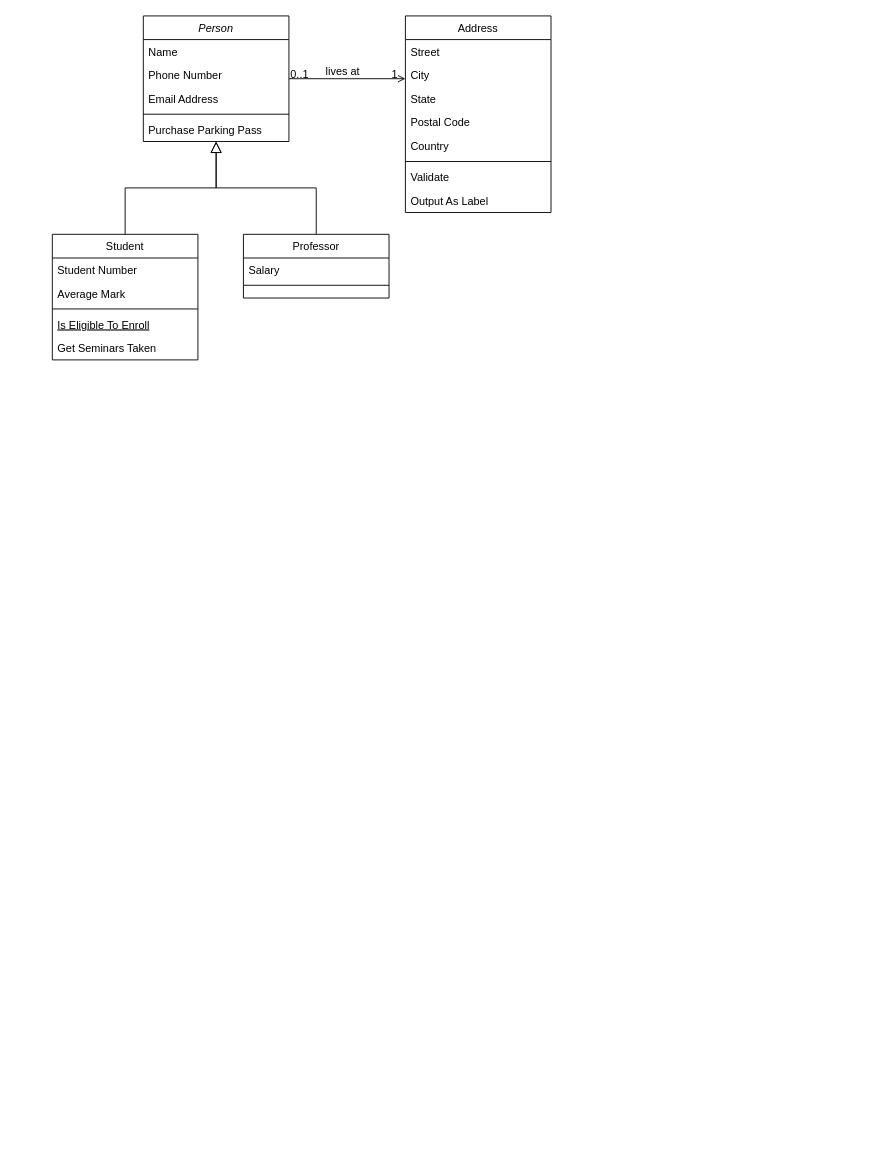
Above: diagrams/Untitled Diagram.drawio in adobocorp/pinoy-coders-frontend-web-architecture (draw.io), before the change. Source tidied: cells renumbered, new cells numbered last; positions are measured from the earlier drawing's top-left corner, leaving out a move shared by most shapes. Both pictures are drawn from the tidied source at 91%, with x=0, y=0 at pixel (52, 15).
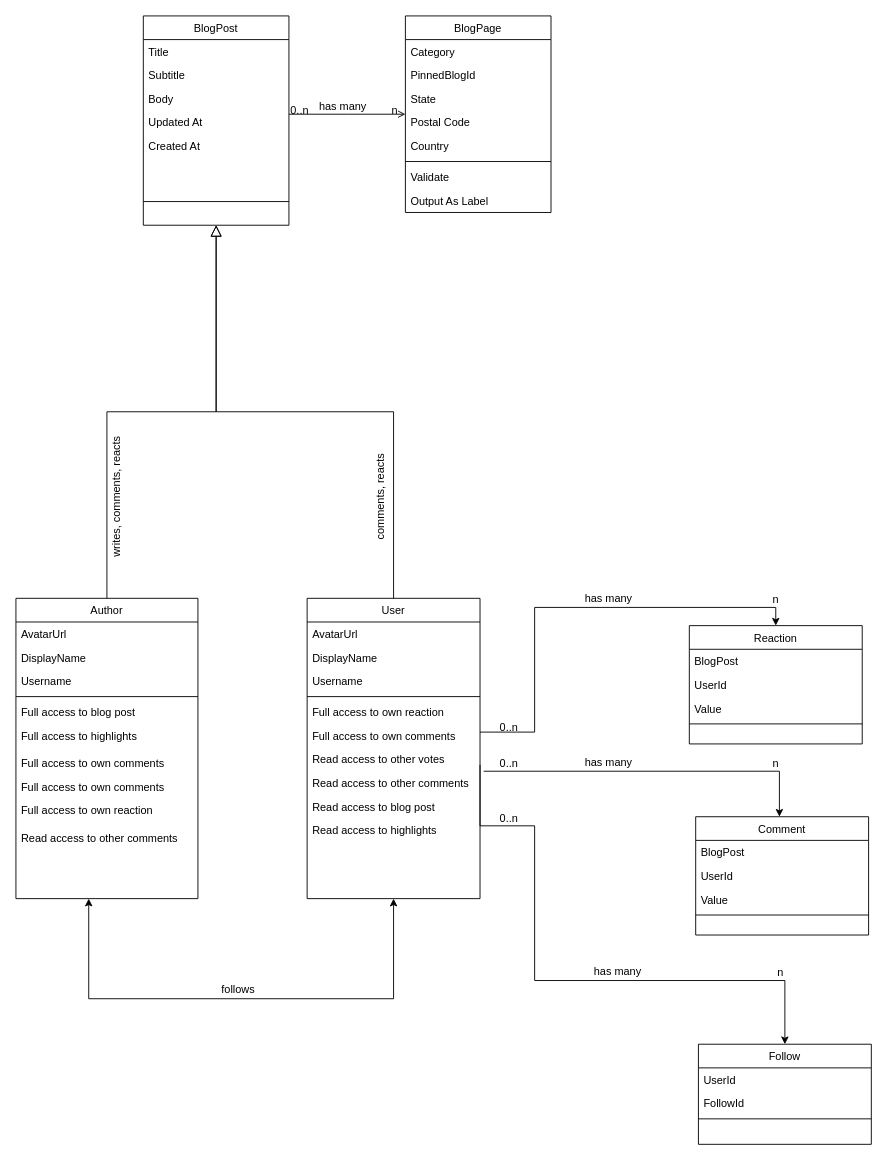
After the change.

Unchanged cells that the change refers to:
```xml
<mxCell id="28" style="endArrow=open;shadow=0;strokeWidth=1;rounded=0;curved=0;endFill=1;edgeStyle=elbowEdgeStyle;elbow=vertical;" parent="1" edge="1" source="2" target="19">
  <mxGeometry x="0.5" y="41" relative="1" as="geometry">
    <mxPoint x="-40" y="32" as="offset" />
  </mxGeometry>
</mxCell>
```

The edit, as a diff of the source:
```diff
@@
-    <mxCell id="2" value="Person" style="swimlane;fontStyle=2;align=center;verticalAlign=top;horizontal=1;startSize=26;rounded=0;shadow=0;strokeWidth=1;" parent="1" vertex="1">
-      <mxGeometry x="100" width="160" height="138" as="geometry" />
+    <mxCell id="2" value="BlogPost" style="swimlane;fontStyle=0;align=center;verticalAlign=top;horizontal=1;startSize=26;rounded=0;shadow=0;strokeWidth=1;" parent="1" vertex="1">
+      <mxGeometry x="100" width="160" height="230" as="geometry" />
     </mxCell>
-    <mxCell id="3" value="Name" style="text;align=left;verticalAlign=top;spacingLeft=4;spacingRight=4;overflow=hidden;" parent="2" vertex="1">
+    <mxCell id="3" value="Title" style="text;align=left;verticalAlign=top;spacingLeft=4;spacingRight=4;overflow=hidden;" parent="2" vertex="1">
       <mxGeometry y="26" width="160" height="26" as="geometry" />
     </mxCell>
-    <mxCell id="4" value="Phone Number" style="text;align=left;verticalAlign=top;spacingLeft=4;spacingRight=4;overflow=hidden;rounded=0;shadow=0;html=0;" parent="2" vertex="1">
+    <mxCell id="4" value="Subtitle" style="text;align=left;verticalAlign=top;spacingLeft=4;spacingRight=4;overflow=hidden;rounded=0;shadow=0;html=0;" parent="2" vertex="1">
       <mxGeometry y="52" width="160" height="26" as="geometry" />
     </mxCell>
-    <mxCell id="5" value="Email Address" style="text;align=left;verticalAlign=top;spacingLeft=4;spacingRight=4;overflow=hidden;rounded=0;shadow=0;html=0;" parent="2" vertex="1">
+    <mxCell id="5" value="Body" style="text;align=left;verticalAlign=top;spacingLeft=4;spacingRight=4;overflow=hidden;rounded=0;shadow=0;html=0;" parent="2" vertex="1">
       <mxGeometry y="78" width="160" height="26" as="geometry" />
     </mxCell>
-    <mxCell id="6" style="line;html=1;strokeWidth=1;align=left;verticalAlign=middle;spacingTop=-1;spacingLeft=3;spacingRight=3;labelPosition=right;" parent="2" vertex="1">
-      <mxGeometry y="104" width="160" height="8" as="geometry" />
-    </mxCell>
-    <mxCell id="7" value="Purchase Parking Pass" style="text;align=left;verticalAlign=top;spacingLeft=4;spacingRight=4;overflow=hidden;" parent="2" vertex="1">
-      <mxGeometry y="112" width="160" height="26" as="geometry" />
-    </mxCell>
+    <mxCell id="32" value="Updated At" style="text;align=left;verticalAlign=top;spacingLeft=4;spacingRight=4;overflow=hidden;rounded=0;shadow=0;html=0;" parent="2" vertex="1">
+      <mxGeometry y="104" width="160" height="26" as="geometry" />
+    </mxCell>
+    <mxCell id="33" value="Created At" style="text;align=left;verticalAlign=top;spacingLeft=4;spacingRight=4;overflow=hidden;rounded=0;shadow=0;html=0;" parent="2" vertex="1">
+      <mxGeometry y="130" width="160" height="26" as="geometry" />
+    </mxCell>
-    <mxCell id="8" value="Student" style="swimlane;fontStyle=0;align=center;verticalAlign=top;horizontal=1;startSize=26;rounded=0;shadow=0;strokeWidth=1;" parent="1" vertex="1">
-      <mxGeometry y="240" width="160" height="138" as="geometry" />
+    <mxCell id="8" value="Author" style="swimlane;fontStyle=0;align=center;verticalAlign=top;horizontal=1;startSize=26;rounded=0;shadow=0;strokeWidth=1;" parent="1" vertex="1">
+      <mxGeometry x="-40" y="640" width="200" height="330" as="geometry" />
     </mxCell>
+    <mxCell id="34" value="AvatarUrl" style="text;align=left;verticalAlign=top;spacingLeft=4;spacingRight=4;overflow=hidden;" parent="8" vertex="1">
+      <mxGeometry y="26" width="200" height="26" as="geometry" />
+    </mxCell>
-    <mxCell id="9" value="Student Number" style="text;align=left;verticalAlign=top;spacingLeft=4;spacingRight=4;overflow=hidden;" parent="8" vertex="1">
-      <mxGeometry y="26" width="160" height="26" as="geometry" />
+    <mxCell id="9" value="DisplayName" style="text;align=left;verticalAlign=top;spacingLeft=4;spacingRight=4;overflow=hidden;" parent="8" vertex="1">
+      <mxGeometry y="52" width="200" height="26" as="geometry" />
     </mxCell>
-    <mxCell id="10" value="Average Mark" style="text;align=left;verticalAlign=top;spacingLeft=4;spacingRight=4;overflow=hidden;rounded=0;shadow=0;html=0;" parent="8" vertex="1">
-      <mxGeometry y="52" width="160" height="26" as="geometry" />
+    <mxCell id="10" value="Username" style="text;align=left;verticalAlign=top;spacingLeft=4;spacingRight=4;overflow=hidden;rounded=0;shadow=0;html=0;" parent="8" vertex="1">
+      <mxGeometry y="78" width="200" height="26" as="geometry" />
     </mxCell>
-    <mxCell id="11" style="line;html=1;strokeWidth=1;align=left;verticalAlign=middle;spacingTop=-1;spacingLeft=3;spacingRight=3;labelPosition=right;" parent="8" vertex="1">
-      <mxGeometry y="78" width="160" height="8" as="geometry" />
-    </mxCell>
+    <mxCell id="35" style="line;html=1;strokeWidth=1;align=left;verticalAlign=middle;spacingTop=-1;spacingLeft=3;spacingRight=3;labelPosition=right;" parent="8" vertex="1">
+      <mxGeometry y="104" width="200" height="8" as="geometry" />
+    </mxCell>
-    <mxCell id="12" value="Is Eligible To Enroll" style="text;align=left;verticalAlign=top;spacingLeft=4;spacingRight=4;overflow=hidden;fontStyle=4;" parent="8" vertex="1">
-      <mxGeometry y="86" width="160" height="26" as="geometry" />
+    <mxCell id="12" value="Full access to blog post" style="text;align=left;verticalAlign=top;spacingLeft=4;spacingRight=4;overflow=hidden;fontStyle=0;" parent="8" vertex="1">
+      <mxGeometry y="112" width="200" height="26" as="geometry" />
     </mxCell>
-    <mxCell id="13" value="Get Seminars Taken" style="text;align=left;verticalAlign=top;spacingLeft=4;spacingRight=4;overflow=hidden;" parent="8" vertex="1">
-      <mxGeometry y="112" width="160" height="26" as="geometry" />
-    </mxCell>
+    <mxCell id="36" value="Full access to highlights" style="text;align=left;verticalAlign=top;spacingLeft=4;spacingRight=4;overflow=hidden;" parent="8" vertex="1">
+      <mxGeometry y="138" width="200" height="30" as="geometry" />
+    </mxCell>
+    <mxCell id="37" value="Full access to own comments" style="text;align=left;verticalAlign=top;spacingLeft=4;spacingRight=4;overflow=hidden;" parent="8" vertex="1">
+      <mxGeometry y="168" width="200" height="26" as="geometry" />
+    </mxCell>
+    <mxCell id="38" value="Full access to own comments" style="text;align=left;verticalAlign=top;spacingLeft=4;spacingRight=4;overflow=hidden;" parent="8" vertex="1">
+      <mxGeometry y="194" width="200" height="26" as="geometry" />
+    </mxCell>
+    <mxCell id="39" value="Full access to own reaction" style="text;align=left;verticalAlign=top;spacingLeft=4;spacingRight=4;overflow=hidden;" parent="8" vertex="1">
+      <mxGeometry y="220" width="200" height="30" as="geometry" />
+    </mxCell>
+    <mxCell id="40" value="Read access to other comments" style="text;align=left;verticalAlign=top;spacingLeft=4;spacingRight=4;overflow=hidden;" parent="8" vertex="1">
+      <mxGeometry y="250" width="200" height="26" as="geometry" />
+    </mxCell>
@@
+    <mxCell id="41" style="edgeStyle=orthogonalEdgeStyle;rounded=0;jettySize=auto;html=1;startArrow=classic;startFill=1;" parent="1" edge="1" source="15">
+      <mxGeometry relative="1" as="geometry">
+        <mxPoint x="40" y="970" as="targetPoint" />
+        <Array as="points">
+          <mxPoint x="375" y="1080" />
+          <mxPoint x="40" y="1080" />
+        </Array>
+      </mxGeometry>
+    </mxCell>
-    <mxCell id="15" value="Professor" style="swimlane;fontStyle=0;align=center;verticalAlign=top;horizontal=1;startSize=26;rounded=0;shadow=0;strokeWidth=1;" parent="1" vertex="1">
-      <mxGeometry x="210" y="240" width="160" height="70" as="geometry" />
+    <mxCell id="15" value="User" style="swimlane;fontStyle=0;align=center;verticalAlign=top;horizontal=1;startSize=26;rounded=0;shadow=0;strokeWidth=1;" parent="1" vertex="1">
+      <mxGeometry x="280" y="640" width="190" height="330" as="geometry" />
     </mxCell>
+    <mxCell id="42" value="AvatarUrl" style="text;align=left;verticalAlign=top;spacingLeft=4;spacingRight=4;overflow=hidden;" parent="15" vertex="1">
+      <mxGeometry y="26" width="190" height="26" as="geometry" />
+    </mxCell>
-    <mxCell id="16" value="Salary" style="text;align=left;verticalAlign=top;spacingLeft=4;spacingRight=4;overflow=hidden;" parent="15" vertex="1">
-      <mxGeometry y="26" width="160" height="26" as="geometry" />
+    <mxCell id="16" value="DisplayName" style="text;align=left;verticalAlign=top;spacingLeft=4;spacingRight=4;overflow=hidden;" parent="15" vertex="1">
+      <mxGeometry y="52" width="190" height="26" as="geometry" />
     </mxCell>
+    <mxCell id="43" value="Username" style="text;align=left;verticalAlign=top;spacingLeft=4;spacingRight=4;overflow=hidden;" parent="15" vertex="1">
+      <mxGeometry y="78" width="190" height="26" as="geometry" />
+    </mxCell>
     <mxCell id="17" style="line;html=1;strokeWidth=1;align=left;verticalAlign=middle;spacingTop=-1;spacingLeft=3;spacingRight=3;labelPosition=right;" parent="15" vertex="1">
-      <mxGeometry y="52" width="160" height="8" as="geometry" />
+      <mxGeometry y="104" width="190" height="8" as="geometry" />
     </mxCell>
+    <mxCell id="44" value="Full access to own reaction" style="text;align=left;verticalAlign=top;spacingLeft=4;spacingRight=4;overflow=hidden;" parent="15" vertex="1">
+      <mxGeometry y="112" width="190" height="26" as="geometry" />
+    </mxCell>
+    <mxCell id="45" value="Full access to own comments" style="text;align=left;verticalAlign=top;spacingLeft=4;spacingRight=4;overflow=hidden;" parent="15" vertex="1">
+      <mxGeometry y="138" width="190" height="26" as="geometry" />
+    </mxCell>
+    <mxCell id="46" value="Read access to other votes" style="text;align=left;verticalAlign=top;spacingLeft=4;spacingRight=4;overflow=hidden;" parent="15" vertex="1">
+      <mxGeometry y="164" width="190" height="26" as="geometry" />
+    </mxCell>
+    <mxCell id="47" value="Read access to other comments" style="text;align=left;verticalAlign=top;spacingLeft=4;spacingRight=4;overflow=hidden;" parent="15" vertex="1">
+      <mxGeometry y="190" width="190" height="26" as="geometry" />
+    </mxCell>
+    <mxCell id="48" value="Read access to blog post" style="text;align=left;verticalAlign=top;spacingLeft=4;spacingRight=4;overflow=hidden;" parent="15" vertex="1">
+      <mxGeometry y="216" width="190" height="26" as="geometry" />
+    </mxCell>
+    <mxCell id="49" value="Read access to highlights" style="text;align=left;verticalAlign=top;spacingLeft=4;spacingRight=4;overflow=hidden;" parent="15" vertex="1">
+      <mxGeometry y="242" width="190" height="26" as="geometry" />
+    </mxCell>
@@
-    <mxCell id="19" value="Address" style="swimlane;fontStyle=0;align=center;verticalAlign=top;horizontal=1;startSize=26;rounded=0;shadow=0;strokeWidth=1;" parent="1" vertex="1">
+    <mxCell id="19" value="BlogPage" style="swimlane;fontStyle=0;align=center;verticalAlign=top;horizontal=1;startSize=26;rounded=0;shadow=0;strokeWidth=1;" parent="1" vertex="1">
       <mxGeometry x="388" width="160" height="216" as="geometry" />
     </mxCell>
-    <mxCell id="20" value="Street" style="text;align=left;verticalAlign=top;spacingLeft=4;spacingRight=4;overflow=hidden;" parent="19" vertex="1">
+    <mxCell id="20" value="Category" style="text;align=left;verticalAlign=top;spacingLeft=4;spacingRight=4;overflow=hidden;" parent="19" vertex="1">
       <mxGeometry y="26" width="160" height="26" as="geometry" />
     </mxCell>
-    <mxCell id="21" value="City" style="text;align=left;verticalAlign=top;spacingLeft=4;spacingRight=4;overflow=hidden;rounded=0;shadow=0;html=0;" parent="19" vertex="1">
+    <mxCell id="21" value="PinnedBlogId" style="text;align=left;verticalAlign=top;spacingLeft=4;spacingRight=4;overflow=hidden;rounded=0;shadow=0;html=0;" parent="19" vertex="1">
       <mxGeometry y="52" width="160" height="26" as="geometry" />
     </mxCell>
@@
-    <mxCell id="29" value="0..1" style="align=left;verticalAlign=bottom;labelBackgroundColor=none;fontSize=12;" parent="28" vertex="1">
+    <mxCell id="29" value="0..n" style="align=left;verticalAlign=bottom;labelBackgroundColor=none;fontSize=12;" parent="28" vertex="1">
       <mxGeometry x="-1" relative="1" as="geometry">
         <mxPoint y="4" as="offset" />
       </mxGeometry>
     </mxCell>
-    <mxCell id="30" value="1" style="align=right;verticalAlign=bottom;labelBackgroundColor=none;fontSize=12;" parent="28" vertex="1">
+    <mxCell id="30" value="n" style="align=right;verticalAlign=bottom;labelBackgroundColor=none;fontSize=12;" parent="28" vertex="1">
       <mxGeometry x="1" relative="1" as="geometry">
         <mxPoint x="-7" y="4" as="offset" />
       </mxGeometry>
     </mxCell>
-    <mxCell id="31" value="lives at" style="text;html=1;align=center;verticalAlign=middle;labelBackgroundColor=none;rounded=0;shadow=0;strokeWidth=1;fontSize=12;" parent="28" vertex="1">
+    <mxCell id="31" value="has many" style="text;html=1;align=center;verticalAlign=middle;labelBackgroundColor=none;rounded=0;shadow=0;strokeWidth=1;fontSize=12;" parent="28" vertex="1">
       <mxGeometry x="0.5" y="49" relative="1" as="geometry">
         <mxPoint x="-38" y="40" as="offset" />
       </mxGeometry>
     </mxCell>
+    <mxCell id="6" style="line;html=1;strokeWidth=1;align=left;verticalAlign=middle;spacingTop=-1;spacingLeft=3;spacingRight=3;labelPosition=right;" parent="1" vertex="1">
+      <mxGeometry x="100" y="200" width="160" height="8" as="geometry" />
+    </mxCell>
+    <mxCell id="50" value="writes, comments, reacts" style="text;html=1;align=center;verticalAlign=middle;labelBackgroundColor=none;rounded=0;shadow=0;strokeWidth=1;fontSize=12;rotation=-90;" parent="1" vertex="1">
+      <mxGeometry x="70" y="530" as="geometry" />
+    </mxCell>
+    <mxCell id="51" value="comments, reacts" style="text;html=1;align=center;verticalAlign=middle;labelBackgroundColor=none;rounded=0;shadow=0;strokeWidth=1;fontSize=12;rotation=-90;" parent="1" vertex="1">
+      <mxGeometry x="360" y="530" as="geometry" />
+    </mxCell>
+    <mxCell id="52" value="Reaction" style="swimlane;fontStyle=0;align=center;verticalAlign=top;horizontal=1;startSize=26;rounded=0;shadow=0;strokeWidth=1;" parent="1" vertex="1">
+      <mxGeometry x="700" y="670" width="190" height="130" as="geometry" />
+    </mxCell>
+    <mxCell id="53" value="BlogPost" style="text;align=left;verticalAlign=top;spacingLeft=4;spacingRight=4;overflow=hidden;" parent="52" vertex="1">
+      <mxGeometry y="26" width="190" height="26" as="geometry" />
+    </mxCell>
+    <mxCell id="54" value="UserId" style="text;align=left;verticalAlign=top;spacingLeft=4;spacingRight=4;overflow=hidden;" parent="52" vertex="1">
+      <mxGeometry y="52" width="190" height="26" as="geometry" />
+    </mxCell>
+    <mxCell id="55" value="Value" style="text;align=left;verticalAlign=top;spacingLeft=4;spacingRight=4;overflow=hidden;" parent="52" vertex="1">
+      <mxGeometry y="78" width="190" height="26" as="geometry" />
+    </mxCell>
+    <mxCell id="56" style="line;html=1;strokeWidth=1;align=left;verticalAlign=middle;spacingTop=-1;spacingLeft=3;spacingRight=3;labelPosition=right;" parent="52" vertex="1">
+      <mxGeometry y="104" width="190" height="8" as="geometry" />
+    </mxCell>
+    <mxCell id="57" style="edgeStyle=orthogonalEdgeStyle;rounded=0;jettySize=auto;html=1;exitX=1;exitY=0.5;exitDx=0;exitDy=0;entryX=0.5;entryY=0;entryDx=0;entryDy=0;" parent="1" edge="1" target="52">
+      <mxGeometry relative="1" as="geometry">
+        <mxPoint x="470" y="787" as="sourcePoint" />
+        <Array as="points">
+          <mxPoint x="530" y="787" />
+          <mxPoint x="530" y="650" />
+          <mxPoint x="795" y="650" />
+        </Array>
+      </mxGeometry>
+    </mxCell>
+    <mxCell id="58" value="Comment" style="swimlane;fontStyle=0;align=center;verticalAlign=top;horizontal=1;startSize=26;rounded=0;shadow=0;strokeWidth=1;" parent="1" vertex="1">
+      <mxGeometry x="707" y="880" width="190" height="130" as="geometry" />
+    </mxCell>
+    <mxCell id="59" value="BlogPost" style="text;align=left;verticalAlign=top;spacingLeft=4;spacingRight=4;overflow=hidden;" parent="58" vertex="1">
+      <mxGeometry y="26" width="190" height="26" as="geometry" />
+    </mxCell>
+    <mxCell id="60" value="UserId" style="text;align=left;verticalAlign=top;spacingLeft=4;spacingRight=4;overflow=hidden;" parent="58" vertex="1">
+      <mxGeometry y="52" width="190" height="26" as="geometry" />
+    </mxCell>
+    <mxCell id="61" value="Value" style="text;align=left;verticalAlign=top;spacingLeft=4;spacingRight=4;overflow=hidden;" parent="58" vertex="1">
+      <mxGeometry y="78" width="190" height="26" as="geometry" />
+    </mxCell>
+    <mxCell id="62" style="line;html=1;strokeWidth=1;align=left;verticalAlign=middle;spacingTop=-1;spacingLeft=3;spacingRight=3;labelPosition=right;" parent="58" vertex="1">
+      <mxGeometry y="104" width="190" height="8" as="geometry" />
+    </mxCell>
+    <mxCell id="63" style="edgeStyle=orthogonalEdgeStyle;rounded=0;orthogonalLoop=1;jettySize=auto;html=1;exitX=1;exitY=0.5;exitDx=0;exitDy=0;entryX=0.5;entryY=0;entryDx=0;entryDy=0;" parent="1" edge="1">
+      <mxGeometry relative="1" as="geometry">
+        <mxPoint x="474" y="830" as="sourcePoint" />
+        <mxPoint x="799" y="880" as="targetPoint" />
+        <Array as="points">
+          <mxPoint x="799" y="830" />
+        </Array>
+      </mxGeometry>
+    </mxCell>
+    <mxCell id="64" value="Follow" style="swimlane;fontStyle=0;align=center;verticalAlign=top;horizontal=1;startSize=26;rounded=0;shadow=0;strokeWidth=1;" parent="1" vertex="1">
+      <mxGeometry x="710" y="1130" width="190" height="110" as="geometry" />
+    </mxCell>
+    <mxCell id="65" value="UserId" style="text;align=left;verticalAlign=top;spacingLeft=4;spacingRight=4;overflow=hidden;" parent="64" vertex="1">
+      <mxGeometry y="26" width="190" height="26" as="geometry" />
+    </mxCell>
+    <mxCell id="66" value="FollowId" style="text;align=left;verticalAlign=top;spacingLeft=4;spacingRight=4;overflow=hidden;" parent="64" vertex="1">
+      <mxGeometry y="52" width="190" height="26" as="geometry" />
+    </mxCell>
+    <mxCell id="67" style="line;html=1;strokeWidth=1;align=left;verticalAlign=middle;spacingTop=-1;spacingLeft=3;spacingRight=3;labelPosition=right;" parent="64" vertex="1">
+      <mxGeometry y="78" width="190" height="8" as="geometry" />
+    </mxCell>
+    <mxCell id="68" style="edgeStyle=orthogonalEdgeStyle;rounded=0;jettySize=auto;html=1;exitX=1;exitY=0.5;exitDx=0;exitDy=0;entryX=0.5;entryY=0;entryDx=0;entryDy=0;" parent="1" edge="1" target="64">
+      <mxGeometry relative="1" as="geometry">
+        <mxPoint x="470" y="823" as="sourcePoint" />
+        <Array as="points">
+          <mxPoint x="470" y="890" />
+          <mxPoint x="530" y="890" />
+          <mxPoint x="530" y="1060" />
+          <mxPoint x="805" y="1060" />
+        </Array>
+      </mxGeometry>
+    </mxCell>
+    <mxCell id="69" value="follows" style="text;html=1;align=center;verticalAlign=middle;labelBackgroundColor=none;rounded=0;shadow=0;strokeWidth=1;fontSize=12;rotation=0;" parent="1" vertex="1">
+      <mxGeometry x="500" y="970" as="geometry">
+        <mxPoint x="-297" y="99" as="offset" />
+      </mxGeometry>
+    </mxCell>
+    <mxCell id="70" value="has many" style="text;html=1;align=center;verticalAlign=middle;labelBackgroundColor=none;rounded=0;shadow=0;strokeWidth=1;fontSize=12;rotation=0;" parent="1" vertex="1">
+      <mxGeometry x="610" y="640" as="geometry" />
+    </mxCell>
+    <mxCell id="71" value="has many" style="text;html=1;align=center;verticalAlign=middle;labelBackgroundColor=none;rounded=0;shadow=0;strokeWidth=1;fontSize=12;rotation=0;" parent="1" vertex="1">
+      <mxGeometry x="610" y="820" as="geometry" />
+    </mxCell>
+    <mxCell id="72" value="has many" style="text;html=1;align=center;verticalAlign=middle;labelBackgroundColor=none;rounded=0;shadow=0;strokeWidth=1;fontSize=12;rotation=0;" parent="1" vertex="1">
+      <mxGeometry x="620" y="1049" as="geometry" />
+    </mxCell>
+    <mxCell id="73" value="0..n" style="align=left;verticalAlign=bottom;labelBackgroundColor=none;fontSize=12;" parent="1" vertex="1">
+      <mxGeometry x="490" y="790" as="geometry" />
+    </mxCell>
+    <mxCell id="74" value="n" style="align=left;verticalAlign=bottom;labelBackgroundColor=none;fontSize=12;" parent="1" vertex="1">
+      <mxGeometry x="790" y="650" as="geometry" />
+    </mxCell>
+    <mxCell id="75" value="0..n" style="align=left;verticalAlign=bottom;labelBackgroundColor=none;fontSize=12;direction=south;" parent="1" vertex="1">
+      <mxGeometry x="490" y="830" as="geometry" />
+    </mxCell>
+    <mxCell id="76" value="n" style="align=left;verticalAlign=bottom;labelBackgroundColor=none;fontSize=12;direction=west;" parent="1" vertex="1">
+      <mxGeometry x="790" y="830" as="geometry" />
+    </mxCell>
+    <mxCell id="77" value="0..n" style="align=left;verticalAlign=bottom;labelBackgroundColor=none;fontSize=12;direction=south;" parent="1" vertex="1">
+      <mxGeometry x="490" y="890" as="geometry" />
+    </mxCell>
+    <mxCell id="78" value="n" style="align=left;verticalAlign=bottom;labelBackgroundColor=none;fontSize=12;direction=south;" parent="1" vertex="1">
+      <mxGeometry x="795" y="1060" as="geometry" />
+    </mxCell>
```
